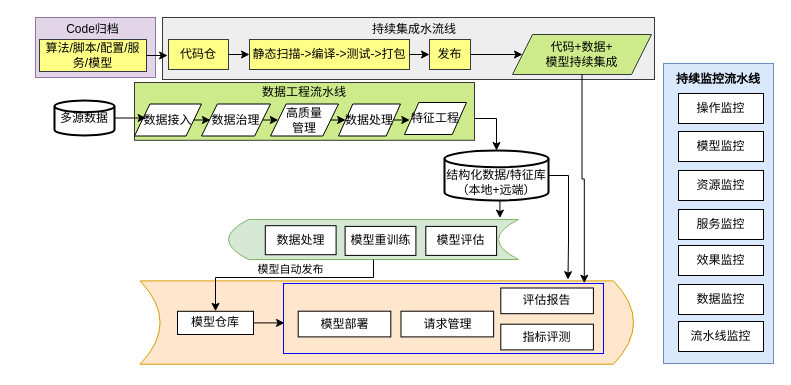
Above: page "第 2 页" (2 of 2) of MLops流程架构.drawio in paleblackless/diagrams (draw.io), before the change. Source tidied: cells renumbered, new cells numbered last; positions are measured from the earlier drawing's top-left corner, leaving out a move shared by most shapes. Both pictures are drawn from the tidied source at 100%, with x=0, y=0 at pixel (35, 17).
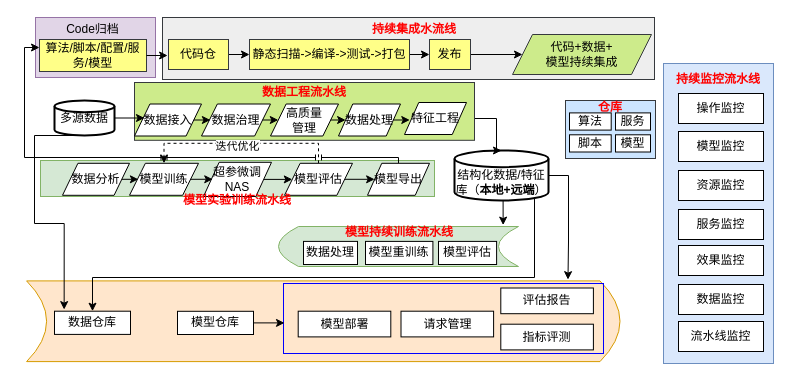
After the change.

The change refers to these unchanged cells:
```xml
<mxCell id="11" style="group;" parent="1" vertex="1">
  <mxGeometry x="238" y="286" width="360" height="64" as="geometry" />
</mxCell>
<mxCell id="17" style="rounded=0;whiteSpace=wrap;html=1;fillColor=none;strokeColor=#0000FF;" parent="11" vertex="1">
  <mxGeometry x="10" y="-20" width="320" height="70" as="geometry" />
</mxCell>
<mxCell id="18" value="模型仓库" style="rounded=0;whiteSpace=wrap;html=1;" parent="1" vertex="1">
  <mxGeometry x="142" y="293.8" width="76" height="23.2" as="geometry" />
</mxCell>
<mxCell id="22" value="算法/脚本/配置/服务/模型" style="rounded=0;whiteSpace=wrap;html=1;fillColor=#ffff88;strokeColor=#36393d;" parent="1" vertex="1">
  <mxGeometry x="4" y="22" width="107" height="32" as="geometry" />
</mxCell>
<mxCell id="32" value="代码+数据+&lt;br&gt;模型持续集成" style="shape=parallelogram;perimeter=parallelogramPerimeter;whiteSpace=wrap;html=1;fixedSize=1;fillColor=#cdeb8b;strokeColor=#36393d;" parent="1" vertex="1">
  <mxGeometry x="477" y="17" width="139" height="40" as="geometry" />
</mxCell>
<mxCell id="44" value="多源数据" style="strokeWidth=2;html=1;shape=mxgraph.flowchart.database;whiteSpace=wrap;" parent="1" vertex="1">
  <mxGeometry x="19" y="83" width="60" height="35" as="geometry" />
</mxCell>
<mxCell id="48" value="数据接入" style="shape=parallelogram;html=1;strokeWidth=1;perimeter=parallelogramPerimeter;whiteSpace=wrap;rounded=0;arcSize=12;size=0.23;" parent="46" vertex="1">
  <mxGeometry y="1.5" width="67" height="32" as="geometry" />
</mxCell>
```

The edit, as a diff of the source:
```diff
@@
-    <mxCell id="3" value="&lt;b&gt;持续监控流水线&lt;/b&gt;" style="rounded=0;whiteSpace=wrap;html=1;strokeColor=none;fillColor=none;" parent="1" vertex="1">
+    <mxCell id="3" value="&lt;b&gt;&lt;font color=&quot;#ff0000&quot;&gt;持续监控流水线&lt;/font&gt;&lt;/b&gt;" style="rounded=0;whiteSpace=wrap;html=1;strokeColor=none;fillColor=none;" parent="1" vertex="1">
       <mxGeometry x="628" y="48" width="110" height="28" as="geometry" />
     </mxCell>
@@
     <mxCell id="12" style="shape=dataStorage;whiteSpace=wrap;html=1;fixedSize=1;rotation=-180;fillColor=#ffe6cc;strokeColor=#d79b00;" parent="11" vertex="1">
-      <mxGeometry x="-133.4" y="-22.6" width="493.4" height="83.3" as="geometry" />
+      <mxGeometry x="-246.9" y="-22.6" width="593.4" height="80.7" as="geometry" />
     </mxCell>
@@
+    <mxCell id="59" value="数据仓库" style="rounded=0;whiteSpace=wrap;html=1;" parent="11" vertex="1">
+      <mxGeometry x="-219" y="7.7" width="76" height="23.2" as="geometry" />
+    </mxCell>
@@
-    <mxCell id="30" value="持续集成水流线" style="rounded=1;whiteSpace=wrap;html=1;fillColor=none;strokeColor=none;" parent="1" vertex="1">
+    <mxCell id="30" value="&lt;b&gt;&lt;font color=&quot;#ff0000&quot;&gt;持续集成水流线&lt;/font&gt;&lt;/b&gt;" style="rounded=1;whiteSpace=wrap;html=1;fillColor=none;strokeColor=none;" parent="1" vertex="1">
       <mxGeometry x="319" y="2" width="120" height="20" as="geometry" />
     </mxCell>
@@
-    <mxCell id="33" style="edgeStyle=orthogonalEdgeStyle;rounded=0;jettySize=auto;html=1;exitX=0.5;exitY=1;exitDx=0;exitDy=0;entryX=0.94;entryY=-0.004;entryDx=0;entryDy=0;entryPerimeter=0;" parent="1" edge="1" source="32" target="17">
-      <mxGeometry relative="1" as="geometry" />
-    </mxCell>
     <mxCell id="34" style="group;" parent="1" vertex="1">
-      <mxGeometry x="193" y="202" width="290" height="40" as="geometry" />
+      <mxGeometry x="193" y="209" width="290" height="40" as="geometry" />
     </mxCell>
     <mxCell id="35" style="shape=dataStorage;whiteSpace=wrap;html=1;fixedSize=1;rotation=0;fillColor=#d5e8d4;strokeColor=#82b366;" parent="34" vertex="1">
-      <mxGeometry width="290" height="40" as="geometry" />
+      <mxGeometry x="50" width="240" height="40" as="geometry" />
     </mxCell>
     <mxCell id="36" value="数据处理" style="rounded=0;whiteSpace=wrap;html=1;" parent="34" vertex="1">
-      <mxGeometry x="36.8" y="6.2" width="70.8" height="29" as="geometry" />
+      <mxGeometry x="75" y="14.9" width="54" height="23.1" as="geometry" />
     </mxCell>
     <mxCell id="37" value="模型重训练" style="rounded=0;whiteSpace=wrap;html=1;" parent="34" vertex="1">
-      <mxGeometry x="116.6" y="6.9" width="70.8" height="29" as="geometry" />
+      <mxGeometry x="137" y="14.9" width="67.4" height="23.1" as="geometry" />
     </mxCell>
     <mxCell id="38" value="模型评估" style="rounded=0;whiteSpace=wrap;html=1;" parent="34" vertex="1">
-      <mxGeometry x="197.3" y="6.9" width="70.8" height="29" as="geometry" />
+      <mxGeometry x="210" y="14.9" width="58.1" height="23.1" as="geometry" />
     </mxCell>
-    <mxCell id="39" style="edgeStyle=orthogonalEdgeStyle;rounded=0;jettySize=auto;html=1;exitX=0.5;exitY=1;exitDx=0;exitDy=0;entryX=0.5;entryY=0;entryDx=0;entryDy=0;" parent="1" edge="1" source="35" target="18">
-      <mxGeometry relative="1" as="geometry">
-        <Array as="points">
-          <mxPoint x="338" y="260" />
-          <mxPoint x="180" y="260" />
-        </Array>
-      </mxGeometry>
-    </mxCell>
-    <mxCell id="40" value="模型自动发布" style="edgeLabel;html=1;align=center;verticalAlign=middle;" parent="39" vertex="1">
-      <mxGeometry x="-0.23" y="-1" relative="1" as="geometry">
-        <mxPoint x="-21" y="-8" as="offset" />
-      </mxGeometry>
-    </mxCell>
+    <mxCell id="60" value="&lt;b style=&quot;border-color: var(--border-color); color: rgb(255, 0, 0);&quot;&gt;模型持续训练流水线&lt;/b&gt;" style="text;html=1;strokeColor=none;fillColor=none;align=center;verticalAlign=middle;whiteSpace=wrap;rounded=0;" parent="34" vertex="1">
+      <mxGeometry x="115" width="112" height="11" as="geometry" />
+    </mxCell>
+    <mxCell id="61" style="edgeStyle=orthogonalEdgeStyle;rounded=0;jettySize=auto;html=1;exitX=0.5;exitY=1;exitDx=0;exitDy=0;exitPerimeter=0;entryX=0.5;entryY=0;entryDx=0;entryDy=0;" parent="1" edge="1" source="41" target="59">
+      <mxGeometry relative="1" as="geometry">
+        <Array as="points">
+          <mxPoint x="461" y="160" />
+          <mxPoint x="499" y="160" />
+          <mxPoint x="499" y="260" />
+          <mxPoint x="57" y="260" />
+        </Array>
+      </mxGeometry>
+    </mxCell>
-    <mxCell id="41" value="&lt;br&gt;结构化数据/特征库（本地+远端）" style="strokeWidth=2;html=1;shape=mxgraph.flowchart.database;whiteSpace=wrap;" parent="1" vertex="1">
-      <mxGeometry x="409" y="133" width="104" height="50" as="geometry" />
+    <mxCell id="41" value="&lt;br&gt;结构化数据/特征库（&lt;b&gt;本地+远端&lt;/b&gt;）" style="strokeWidth=2;html=1;shape=mxgraph.flowchart.database;whiteSpace=wrap;" parent="1" vertex="1">
+      <mxGeometry x="419" y="133" width="94" height="50" as="geometry" />
     </mxCell>
@@
+    <mxCell id="62" style="group;" parent="1" vertex="1">
+      <mxGeometry x="99" y="65" width="340" height="57.8" as="geometry" />
+    </mxCell>
-    <mxCell id="46" style="group;" parent="1" vertex="1">
-      <mxGeometry x="99" y="85" width="340" height="37.8" as="geometry" />
+    <mxCell id="46" style="group;" parent="62" vertex="1">
+      <mxGeometry y="20" width="340" height="37.8" as="geometry" />
     </mxCell>
@@
-    <mxCell id="57" value="数据工程流水线" style="rounded=1;whiteSpace=wrap;html=1;fillColor=none;strokeColor=none;" parent="1" vertex="1">
-      <mxGeometry x="209" y="65" width="120" height="20" as="geometry" />
+    <mxCell id="57" value="&lt;font color=&quot;#ff0000&quot;&gt;&lt;b&gt;数据工程流水线&lt;/b&gt;&lt;/font&gt;" style="rounded=1;whiteSpace=wrap;html=1;fillColor=none;strokeColor=none;" parent="62" vertex="1">
+      <mxGeometry x="110" width="120" height="20" as="geometry" />
     </mxCell>
-    <mxCell id="58" style="edgeStyle=orthogonalEdgeStyle;rounded=0;jettySize=auto;html=1;exitX=1;exitY=0.5;exitDx=0;exitDy=0;exitPerimeter=0;entryX=0.173;entryY=0.451;entryDx=0;entryDy=0;entryPerimeter=0;" parent="1" edge="1" source="44" target="48">
-      <mxGeometry relative="1" as="geometry" />
+    <mxCell id="58" style="edgeStyle=orthogonalEdgeStyle;rounded=0;jettySize=auto;html=1;exitX=1;exitY=0.5;exitDx=0;exitDy=0;exitPerimeter=0;" parent="62" edge="1" source="44">
+      <mxGeometry relative="1" as="geometry">
+        <mxPoint x="10" y="35" as="targetPoint" />
+      </mxGeometry>
     </mxCell>
+    <mxCell id="63" style="rounded=0;whiteSpace=wrap;html=1;fillColor=#d5e8d4;strokeColor=#82b366;" parent="1" vertex="1">
+      <mxGeometry x="5" y="143" width="394" height="36" as="geometry" />
+    </mxCell>
+    <mxCell id="64" value="数据分析" style="shape=parallelogram;html=1;strokeWidth=1;perimeter=parallelogramPerimeter;whiteSpace=wrap;rounded=0;arcSize=12;size=0.23;" parent="1" vertex="1">
+      <mxGeometry x="27" y="145.8" width="67" height="32" as="geometry" />
+    </mxCell>
+    <mxCell id="65" value="模型训练" style="shape=parallelogram;html=1;strokeWidth=1;perimeter=parallelogramPerimeter;whiteSpace=wrap;rounded=0;arcSize=12;size=0.23;" parent="1" vertex="1">
+      <mxGeometry x="94" y="145.8" width="69" height="32" as="geometry" />
+    </mxCell>
+    <mxCell id="66" style="edgeStyle=orthogonalEdgeStyle;rounded=0;jettySize=auto;html=1;exitX=1;exitY=0.5;exitDx=0;exitDy=0;entryX=0;entryY=0.5;entryDx=0;entryDy=0;" parent="1" edge="1" source="69" target="71">
+      <mxGeometry relative="1" as="geometry" />
+    </mxCell>
+    <mxCell id="67" style="edgeStyle=orthogonalEdgeStyle;rounded=0;jettySize=auto;html=1;exitX=0.5;exitY=0;exitDx=0;exitDy=0;entryX=0.5;entryY=0;entryDx=0;entryDy=0;dashed=1;" parent="1" edge="1" source="69" target="65">
+      <mxGeometry relative="1" as="geometry" />
+    </mxCell>
+    <mxCell id="68" value="迭代优化" style="edgeLabel;html=1;align=center;verticalAlign=middle;" parent="67" vertex="1">
+      <mxGeometry x="0.09" relative="1" as="geometry">
+        <mxPoint x="4" y="3" as="offset" />
+      </mxGeometry>
+    </mxCell>
+    <mxCell id="69" value="模型评估" style="shape=parallelogram;html=1;strokeWidth=1;perimeter=parallelogramPerimeter;whiteSpace=wrap;rounded=0;arcSize=12;size=0.23;" parent="1" vertex="1">
+      <mxGeometry x="249" y="145.8" width="68" height="32" as="geometry" />
+    </mxCell>
+    <mxCell id="70" style="edgeStyle=orthogonalEdgeStyle;rounded=0;jettySize=auto;html=1;exitX=0.5;exitY=0;exitDx=0;exitDy=0;entryX=0;entryY=0.25;entryDx=0;entryDy=0;jumpStyle=line;" parent="1" edge="1" source="71" target="22">
+      <mxGeometry relative="1" as="geometry">
+        <Array as="points">
+          <mxPoint x="363" y="140" />
+          <mxPoint x="-11" y="140" />
+          <mxPoint x="-11" y="30" />
+        </Array>
+      </mxGeometry>
+    </mxCell>
+    <mxCell id="71" value="模型导出" style="shape=parallelogram;html=1;strokeWidth=1;perimeter=parallelogramPerimeter;whiteSpace=wrap;rounded=0;arcSize=12;size=0.23;" parent="1" vertex="1">
+      <mxGeometry x="332" y="145.8" width="62" height="32" as="geometry" />
+    </mxCell>
+    <mxCell id="72" style="edgeStyle=orthogonalEdgeStyle;rounded=0;jettySize=auto;html=1;exitX=1;exitY=0.5;exitDx=0;exitDy=0;entryX=0.129;entryY=0.508;entryDx=0;entryDy=0;entryPerimeter=0;" parent="1" edge="1" source="64" target="65">
+      <mxGeometry relative="1" as="geometry" />
+    </mxCell>
+    <mxCell id="73" style="edgeStyle=orthogonalEdgeStyle;rounded=0;jettySize=auto;html=1;exitX=1;exitY=0.5;exitDx=0;exitDy=0;entryX=0;entryY=0.5;entryDx=0;entryDy=0;" parent="1" edge="1" source="74" target="69">
+      <mxGeometry relative="1" as="geometry" />
+    </mxCell>
+    <mxCell id="74" value="超参微调NAS" style="shape=parallelogram;html=1;strokeWidth=1;perimeter=parallelogramPerimeter;whiteSpace=wrap;rounded=0;arcSize=12;size=0.23;" parent="1" vertex="1">
+      <mxGeometry x="168" y="144.8" width="68" height="34.2" as="geometry" />
+    </mxCell>
+    <mxCell id="75" style="edgeStyle=orthogonalEdgeStyle;rounded=0;jettySize=auto;html=1;exitX=1;exitY=0.5;exitDx=0;exitDy=0;entryX=0.136;entryY=0.496;entryDx=0;entryDy=0;entryPerimeter=0;" parent="1" edge="1" source="65" target="74">
+      <mxGeometry relative="1" as="geometry" />
+    </mxCell>
+    <mxCell id="76" style="edgeStyle=orthogonalEdgeStyle;rounded=0;jettySize=auto;html=1;exitX=0.5;exitY=1;exitDx=0;exitDy=0;exitPerimeter=0;entryX=0.127;entryY=-0.07;entryDx=0;entryDy=0;entryPerimeter=0;" parent="1" edge="1" source="44" target="59">
+      <mxGeometry relative="1" as="geometry">
+        <Array as="points">
+          <mxPoint x="-1" y="118" />
+          <mxPoint x="-1" y="206" />
+          <mxPoint x="29" y="206" />
+          <mxPoint x="29" y="292" />
+        </Array>
+      </mxGeometry>
+    </mxCell>
+    <mxCell id="77" value="&lt;b style=&quot;border-color: var(--border-color); color: rgb(255, 0, 0);&quot;&gt;模型实验训练流水线&lt;/b&gt;" style="text;html=1;strokeColor=none;fillColor=none;align=center;verticalAlign=middle;whiteSpace=wrap;rounded=0;" parent="1" vertex="1">
+      <mxGeometry x="146" y="177.8" width="112" height="11" as="geometry" />
+    </mxCell>
+    <mxCell id="78" style="group;" parent="1" vertex="1">
+      <mxGeometry x="530" y="73" width="90" height="68" as="geometry" />
+    </mxCell>
+    <mxCell id="79" style="rounded=0;whiteSpace=wrap;html=1;fillColor=#cce5ff;strokeColor=#36393d;" parent="78" vertex="1">
+      <mxGeometry y="10" width="90" height="58" as="geometry" />
+    </mxCell>
+    <mxCell id="80" value="算法" style="rounded=0;whiteSpace=wrap;html=1;" parent="78" vertex="1">
+      <mxGeometry x="4" y="22.4" width="41.7" height="17.2" as="geometry" />
+    </mxCell>
+    <mxCell id="81" value="&lt;font color=&quot;#ff0000&quot;&gt;&lt;b&gt;仓库&lt;/b&gt;&lt;/font&gt;" style="text;html=1;strokeColor=none;fillColor=none;align=center;verticalAlign=middle;whiteSpace=wrap;rounded=0;" parent="78" vertex="1">
+      <mxGeometry x="23.7" y="8.9" width="41.7" height="17" as="geometry" />
+    </mxCell>
+    <mxCell id="82" value="脚本" style="rounded=0;whiteSpace=wrap;html=1;" parent="78" vertex="1">
+      <mxGeometry x="4" y="44.3" width="41.7" height="17.2" as="geometry" />
+    </mxCell>
+    <mxCell id="83" value="模型" style="rounded=0;whiteSpace=wrap;html=1;" parent="78" vertex="1">
+      <mxGeometry x="50" y="44.3" width="35" height="17.2" as="geometry" />
+    </mxCell>
+    <mxCell id="84" value="服务" style="rounded=0;whiteSpace=wrap;html=1;" parent="78" vertex="1">
+      <mxGeometry x="50" y="22.4" width="35" height="17.2" as="geometry" />
+    </mxCell>
```
